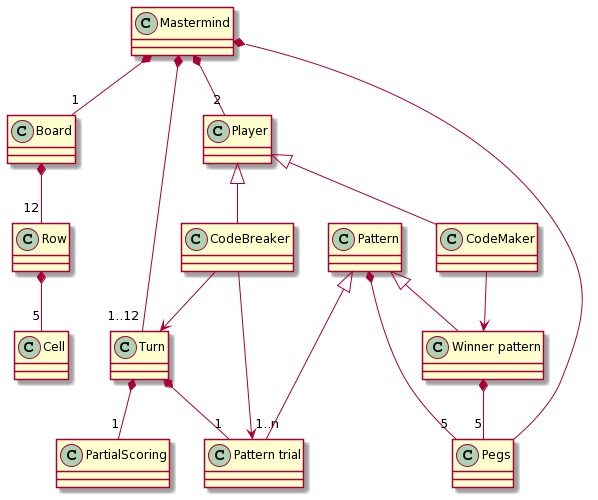
This is mastermind.png from Master-Desarrollo-20-21/ejercicio-2-modelo-de-dominio-mastermind-gonzalogmn, a PlantUML export, as it was before one commit.
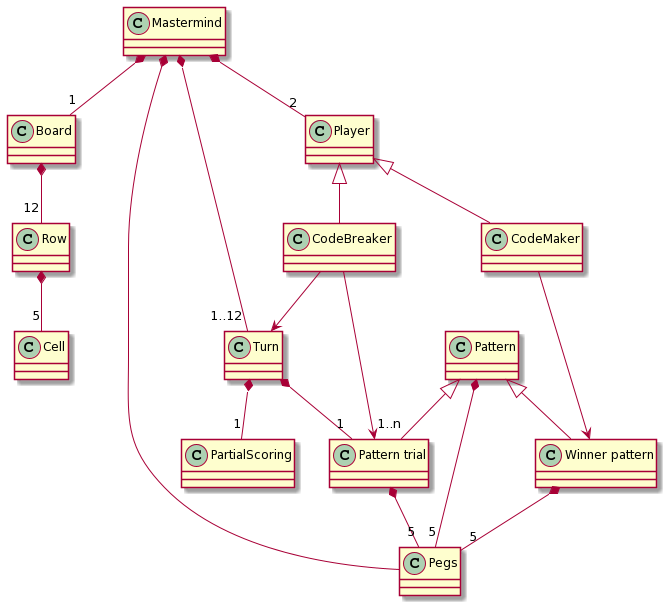
After the commit.

What changed in the source:
```diff
@@ -10,6 +10,7 @@
 CodeMaker --> "Winner pattern"
 
 "Winner pattern" *-- "5" Pegs
+"Pattern trial" *-- "5" Pegs
 
 
 CodeBreaker --> "1..n" "Pattern trial"
```
